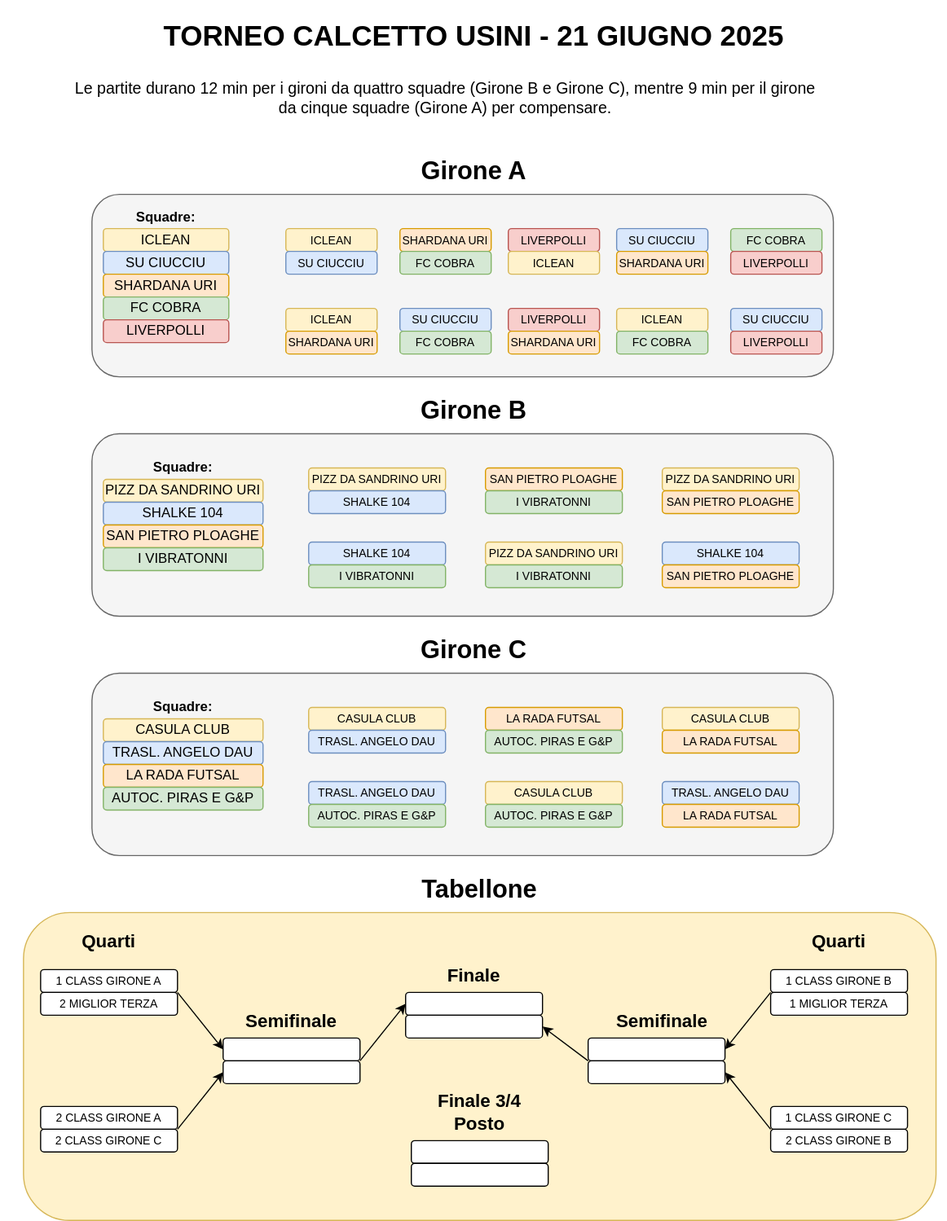
Earlier version of the draw.io export torneo-calcetto-2025/tabellone.svg (cscalaresu/tornei). Source tidied: cells renumbered, new cells last; positions are measured from the earlier drawing's top-left corner, leaving out a move shared by most shapes.
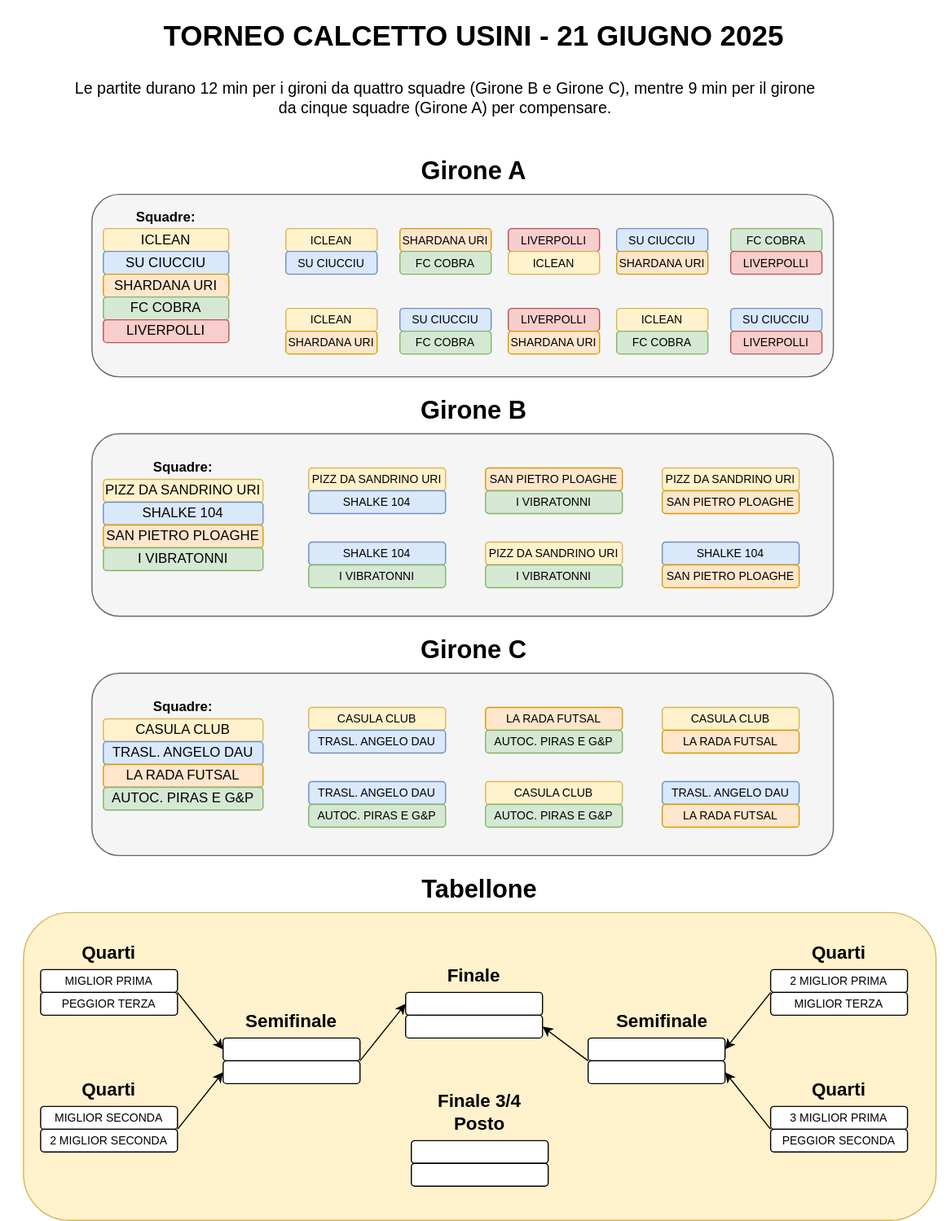
The same file after the commit.

Diff of the diagram source:
```diff
@@ -206,28 +206,28 @@
     <mxCell id="69" value="&lt;b&gt;Squadre:&lt;/b&gt;" style="text;html=1;align=center;verticalAlign=middle;whiteSpace=wrap;rounded=0;" parent="1" vertex="1">
       <mxGeometry x="105" y="610" width="110" height="20" as="geometry" />
     </mxCell>
-    <mxCell id="70" value="&lt;font style=&quot;font-size: 10px;&quot;&gt;1 CLASS GIRONE A&lt;/font&gt;" style="rounded=1;whiteSpace=wrap;html=1;" parent="1" vertex="1">
+    <mxCell id="70" value="&lt;font style=&quot;font-size: 10px;&quot;&gt;MIGLIOR PRIMA&lt;/font&gt;" style="rounded=1;whiteSpace=wrap;html=1;" parent="1" vertex="1">
       <mxGeometry x="35" y="850" width="120" height="20" as="geometry" />
     </mxCell>
-    <mxCell id="71" value="&lt;font style=&quot;font-size: 10px;&quot;&gt;2 MIGLIOR TERZA&lt;/font&gt;" style="rounded=1;whiteSpace=wrap;html=1;" parent="1" vertex="1">
+    <mxCell id="71" value="&lt;font style=&quot;font-size: 10px;&quot;&gt;PEGGIOR TERZA&lt;/font&gt;" style="rounded=1;whiteSpace=wrap;html=1;" parent="1" vertex="1">
       <mxGeometry x="35" y="870" width="120" height="20" as="geometry" />
     </mxCell>
-    <mxCell id="72" value="&lt;font style=&quot;font-size: 10px;&quot;&gt;2 CLASS GIRONE A&lt;/font&gt;" style="rounded=1;whiteSpace=wrap;html=1;" parent="1" vertex="1">
+    <mxCell id="72" value="&lt;font style=&quot;font-size: 10px;&quot;&gt;MIGLIOR SECONDA&lt;/font&gt;" style="rounded=1;whiteSpace=wrap;html=1;" parent="1" vertex="1">
       <mxGeometry x="35" y="970" width="120" height="20" as="geometry" />
     </mxCell>
-    <mxCell id="73" value="&lt;font style=&quot;font-size: 10px;&quot;&gt;2 CLASS GIRONE C&lt;/font&gt;" style="rounded=1;whiteSpace=wrap;html=1;" parent="1" vertex="1">
+    <mxCell id="73" value="&lt;font style=&quot;font-size: 10px;&quot;&gt;2 MIGLIOR SECONDA&lt;/font&gt;" style="rounded=1;whiteSpace=wrap;html=1;" parent="1" vertex="1">
       <mxGeometry x="35" y="990" width="120" height="20" as="geometry" />
     </mxCell>
-    <mxCell id="74" value="&lt;font style=&quot;font-size: 10px;&quot;&gt;1 CLASS GIRONE B&lt;/font&gt;" style="rounded=1;whiteSpace=wrap;html=1;" parent="1" vertex="1">
+    <mxCell id="74" value="&lt;font style=&quot;font-size: 10px;&quot;&gt;2 MIGLIOR PRIMA&lt;/font&gt;" style="rounded=1;whiteSpace=wrap;html=1;" parent="1" vertex="1">
       <mxGeometry x="675" y="850" width="120" height="20" as="geometry" />
     </mxCell>
-    <mxCell id="75" value="&lt;font style=&quot;font-size: 10px;&quot;&gt;1 MIGLIOR TERZA&lt;/font&gt;" style="rounded=1;whiteSpace=wrap;html=1;" parent="1" vertex="1">
+    <mxCell id="75" value="&lt;font style=&quot;font-size: 10px;&quot;&gt;MIGLIOR TERZA&lt;/font&gt;" style="rounded=1;whiteSpace=wrap;html=1;" parent="1" vertex="1">
       <mxGeometry x="675" y="870" width="120" height="20" as="geometry" />
     </mxCell>
-    <mxCell id="76" value="&lt;font style=&quot;font-size: 10px;&quot;&gt;1 CLASS GIRONE C&lt;/font&gt;" style="rounded=1;whiteSpace=wrap;html=1;" parent="1" vertex="1">
+    <mxCell id="76" value="&lt;font style=&quot;font-size: 10px;&quot;&gt;3 MIGLIOR PRIMA&lt;/font&gt;" style="rounded=1;whiteSpace=wrap;html=1;" parent="1" vertex="1">
       <mxGeometry x="675" y="970" width="120" height="20" as="geometry" />
     </mxCell>
-    <mxCell id="77" value="&lt;font style=&quot;font-size: 10px;&quot;&gt;2 CLASS GIRONE B&lt;/font&gt;" style="rounded=1;whiteSpace=wrap;html=1;" parent="1" vertex="1">
+    <mxCell id="77" value="&lt;font style=&quot;font-size: 10px;&quot;&gt;PEGGIOR SECONDA&lt;/font&gt;" style="rounded=1;whiteSpace=wrap;html=1;" parent="1" vertex="1">
       <mxGeometry x="675" y="990" width="120" height="20" as="geometry" />
     </mxCell>
     <mxCell id="78" style="rounded=1;whiteSpace=wrap;html=1;" parent="1" vertex="1">
@@ -270,7 +270,7 @@
       <mxGeometry x="225" y="770" width="390" height="20" as="geometry" />
     </mxCell>
     <mxCell id="91" value="&lt;font style=&quot;font-size: 16px;&quot;&gt;&lt;b&gt;Quarti&lt;/b&gt;&lt;/font&gt;" style="text;html=1;align=center;verticalAlign=middle;whiteSpace=wrap;rounded=0;" parent="1" vertex="1">
-      <mxGeometry x="40" y="810" width="110" height="30" as="geometry" />
+      <mxGeometry x="40" y="820" width="110" height="30" as="geometry" />
     </mxCell>
     <mxCell id="92" value="&lt;font style=&quot;font-size: 16px;&quot;&gt;&lt;b&gt;Semifinale&lt;/b&gt;&lt;/font&gt;" style="text;html=1;align=center;verticalAlign=middle;whiteSpace=wrap;rounded=0;" parent="1" vertex="1">
       <mxGeometry x="200" y="880" width="110" height="30" as="geometry" />
@@ -282,7 +282,7 @@
       <mxGeometry x="525" y="880" width="110" height="30" as="geometry" />
     </mxCell>
     <mxCell id="95" value="&lt;font style=&quot;font-size: 16px;&quot;&gt;&lt;b&gt;Quarti&lt;/b&gt;&lt;/font&gt;" style="text;html=1;align=center;verticalAlign=middle;whiteSpace=wrap;rounded=0;" parent="1" vertex="1">
-      <mxGeometry x="680" y="810" width="110" height="30" as="geometry" />
+      <mxGeometry x="680" y="820" width="110" height="30" as="geometry" />
     </mxCell>
     <mxCell id="96" style="rounded=1;whiteSpace=wrap;html=1;" parent="1" vertex="1">
       <mxGeometry x="360" y="1000" width="120" height="20" as="geometry" />
@@ -296,5 +296,11 @@
     <mxCell id="99" value="&lt;font style=&quot;font-size: 14px;&quot;&gt;Le partite durano 12 min per i gironi da quattro squadre (Girone B e Girone C), mentre 9 min per il girone da cinque squadre (Girone A) per compensare.&lt;/font&gt;" style="text;html=1;align=center;verticalAlign=middle;whiteSpace=wrap;rounded=0;" parent="1" vertex="1">
       <mxGeometry x="60" y="60" width="660" height="50" as="geometry" />
     </mxCell>
+    <mxCell id="100" value="&lt;font style=&quot;font-size: 16px;&quot;&gt;&lt;b&gt;Quarti&lt;/b&gt;&lt;/font&gt;" style="text;html=1;align=center;verticalAlign=middle;whiteSpace=wrap;rounded=0;" parent="1" vertex="1">
+      <mxGeometry x="40" y="940" width="110" height="30" as="geometry" />
+    </mxCell>
+    <mxCell id="101" value="&lt;font style=&quot;font-size: 16px;&quot;&gt;&lt;b&gt;Quarti&lt;/b&gt;&lt;/font&gt;" style="text;html=1;align=center;verticalAlign=middle;whiteSpace=wrap;rounded=0;" parent="1" vertex="1">
+      <mxGeometry x="680" y="940" width="110" height="30" as="geometry" />
+    </mxCell>
   </root>
 </mxGraphModel>
```
